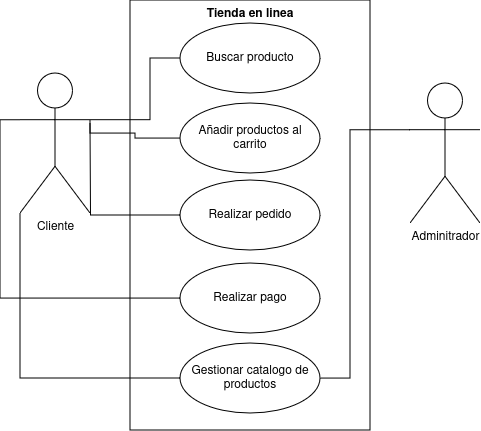
Before: Diagrama sin título.drawio.png, a diagram exported from draw.io (alvarogrlp/clasificador-imagenes). Source tidied: cells renumbered, new cells last; positions are measured from the earlier drawing's top-left corner, leaving out a move shared by most shapes.
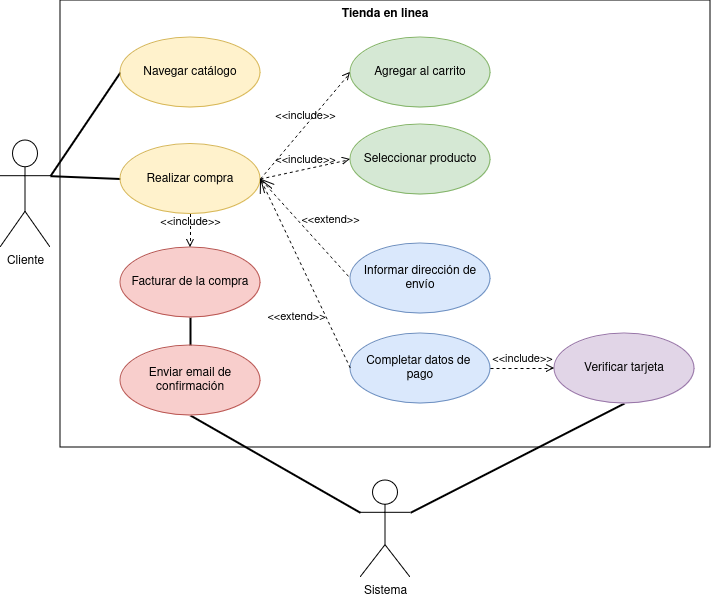
After the change.

Commit message:
examen-imagen

What changed in the source:
```diff
@@ -3,64 +3,75 @@
     <mxCell id="0" />
     <mxCell id="1" parent="0" />
     <mxCell id="2" value="Tienda en linea" style="shape=rect;html=1;verticalAlign=top;fontStyle=1;whiteSpace=wrap;align=center;" parent="1" vertex="1">
-      <mxGeometry x="110" width="240" height="430" as="geometry" />
+      <mxGeometry x="-180" y="-17" width="650" height="447" as="geometry" />
     </mxCell>
-    <mxCell id="3" style="edgeStyle=orthogonalEdgeStyle;rounded=0;jettySize=auto;html=1;exitX=1;exitY=0.3333333333333333;exitDx=0;exitDy=0;exitPerimeter=0;entryX=0;entryY=0.5;entryDx=0;entryDy=0;endArrow=none;endFill=0;" parent="1" edge="1" source="5" target="8">
-      <mxGeometry relative="1" as="geometry">
-        <Array as="points">
-          <mxPoint x="130" y="120" />
-          <mxPoint x="130" y="58" />
-        </Array>
-      </mxGeometry>
+    <mxCell id="3" style="rounded=0;jettySize=auto;html=1;exitX=1;exitY=0.3333333333333333;exitDx=0;exitDy=0;exitPerimeter=0;entryX=0;entryY=0.5;entryDx=0;entryDy=0;strokeWidth=2;endArrow=none;endFill=0;" parent="1" edge="1" source="5" target="8">
+      <mxGeometry relative="1" as="geometry" />
     </mxCell>
-    <mxCell id="4" style="edgeStyle=orthogonalEdgeStyle;rounded=0;jettySize=auto;html=1;exitX=1;exitY=0.3333333333333333;exitDx=0;exitDy=0;exitPerimeter=0;entryX=0;entryY=0.5;entryDx=0;entryDy=0;endArrow=none;endFill=0;" parent="1" edge="1" source="5" target="9">
-      <mxGeometry relative="1" as="geometry">
-        <Array as="points">
-          <mxPoint x="70" y="133" />
-          <mxPoint x="115" y="133" />
-          <mxPoint x="115" y="138" />
-        </Array>
-      </mxGeometry>
-    </mxCell>
+    <mxCell id="16" style="edgeStyle=none;rounded=0;jettySize=auto;html=1;exitX=1;exitY=0.3333333333333333;exitDx=0;exitDy=0;exitPerimeter=0;entryX=0;entryY=0.5;entryDx=0;entryDy=0;strokeWidth=2;endArrow=none;endFill=0;" parent="1" edge="1" source="5" target="12">
+      <mxGeometry relative="1" as="geometry" />
+    </mxCell>
     <mxCell id="5" value="Cliente" style="shape=umlActor;verticalLabelPosition=bottom;verticalAlign=top;html=1;outlineConnect=0;" parent="1" vertex="1">
-      <mxGeometry y="73" width="70" height="140" as="geometry" />
+      <mxGeometry x="-240" y="123" width="50" height="107" as="geometry" />
     </mxCell>
-    <mxCell id="6" style="edgeStyle=orthogonalEdgeStyle;rounded=0;jettySize=auto;html=1;exitX=0;exitY=0.3333333333333333;exitDx=0;exitDy=0;exitPerimeter=0;entryX=1;entryY=0.5;entryDx=0;entryDy=0;endArrow=none;endFill=0;" parent="1" edge="1" source="7" target="13">
-      <mxGeometry relative="1" as="geometry">
-        <Array as="points">
-          <mxPoint x="330" y="130" />
-          <mxPoint x="330" y="378" />
-        </Array>
-      </mxGeometry>
-    </mxCell>
+    <mxCell id="17" style="edgeStyle=none;rounded=0;jettySize=auto;html=1;exitX=0;exitY=0.3333333333333333;exitDx=0;exitDy=0;exitPerimeter=0;entryX=0.5;entryY=1;entryDx=0;entryDy=0;strokeWidth=2;endArrow=none;endFill=0;" parent="1" edge="1" source="7" target="24">
+      <mxGeometry relative="1" as="geometry" />
+    </mxCell>
+    <mxCell id="18" style="edgeStyle=none;rounded=0;jettySize=auto;html=1;exitX=1;exitY=0.3333333333333333;exitDx=0;exitDy=0;exitPerimeter=0;entryX=0.5;entryY=1;entryDx=0;entryDy=0;strokeWidth=2;endArrow=none;endFill=0;" parent="1" edge="1" source="7" target="21">
+      <mxGeometry relative="1" as="geometry" />
+    </mxCell>
-    <mxCell id="7" value="Adminitrador" style="shape=umlActor;verticalLabelPosition=bottom;verticalAlign=top;html=1;outlineConnect=0;" parent="1" vertex="1">
-      <mxGeometry x="390" y="83" width="70" height="140" as="geometry" />
+    <mxCell id="7" value="Sistema" style="shape=umlActor;verticalLabelPosition=bottom;verticalAlign=top;html=1;outlineConnect=0;" parent="1" vertex="1">
+      <mxGeometry x="120" y="463" width="50" height="97" as="geometry" />
     </mxCell>
-    <mxCell id="8" value="Buscar producto" style="ellipse;whiteSpace=wrap;html=1;" parent="1" vertex="1">
-      <mxGeometry x="160" y="23" width="140" height="70" as="geometry" />
+    <mxCell id="8" value="Navegar catálogo" style="ellipse;whiteSpace=wrap;html=1;fillColor=#fff2cc;strokeColor=#d6b656;" parent="1" vertex="1">
+      <mxGeometry x="-120" y="20" width="140" height="70" as="geometry" />
     </mxCell>
-    <mxCell id="9" value="Añadir productos al carrito" style="ellipse;whiteSpace=wrap;html=1;" parent="1" vertex="1">
-      <mxGeometry x="160" y="103" width="140" height="70" as="geometry" />
+    <mxCell id="9" value="Seleccionar producto" style="ellipse;whiteSpace=wrap;html=1;fillColor=#d5e8d4;strokeColor=#82b366;" parent="1" vertex="1">
+      <mxGeometry x="110" y="107" width="140" height="70" as="geometry" />
     </mxCell>
-    <mxCell id="10" style="edgeStyle=orthogonalEdgeStyle;rounded=0;jettySize=auto;html=1;exitX=0;exitY=0.5;exitDx=0;exitDy=0;endArrow=none;endFill=0;" parent="1" edge="1" source="11">
-      <mxGeometry relative="1" as="geometry">
-        <mxPoint x="70" y="123" as="targetPoint" />
-      </mxGeometry>
-    </mxCell>
-    <mxCell id="11" value="Realizar pedido" style="ellipse;whiteSpace=wrap;html=1;" parent="1" vertex="1">
-      <mxGeometry x="160" y="180" width="140" height="70" as="geometry" />
+    <mxCell id="11" value="Agregar al carrito" style="ellipse;whiteSpace=wrap;html=1;fillColor=#d5e8d4;strokeColor=#82b366;" parent="1" vertex="1">
+      <mxGeometry x="110" y="20" width="140" height="70" as="geometry" />
     </mxCell>
-    <mxCell id="12" value="Realizar pago" style="ellipse;whiteSpace=wrap;html=1;" parent="1" vertex="1">
-      <mxGeometry x="160" y="263" width="140" height="70" as="geometry" />
+    <mxCell id="12" value="Realizar compra" style="ellipse;whiteSpace=wrap;html=1;fillColor=#fff2cc;strokeColor=#d6b656;" parent="1" vertex="1">
+      <mxGeometry x="-120" y="126.5" width="140" height="70" as="geometry" />
     </mxCell>
-    <mxCell id="13" value="Gestionar catalogo de productos" style="ellipse;whiteSpace=wrap;html=1;" parent="1" vertex="1">
-      <mxGeometry x="160" y="343" width="140" height="70" as="geometry" />
-    </mxCell>
-    <mxCell id="14" style="edgeStyle=orthogonalEdgeStyle;rounded=0;jettySize=auto;html=1;exitX=0;exitY=0.5;exitDx=0;exitDy=0;entryX=0;entryY=0.3333333333333333;entryDx=0;entryDy=0;entryPerimeter=0;endArrow=none;endFill=0;" parent="1" edge="1" source="12" target="5">
-      <mxGeometry relative="1" as="geometry" />
-    </mxCell>
-    <mxCell id="15" style="edgeStyle=orthogonalEdgeStyle;rounded=0;jettySize=auto;html=1;exitX=0;exitY=0.5;exitDx=0;exitDy=0;entryX=0;entryY=1;entryDx=0;entryDy=0;entryPerimeter=0;endArrow=none;endFill=0;" parent="1" edge="1" source="13" target="5">
-      <mxGeometry relative="1" as="geometry" />
-    </mxCell>
+    <mxCell id="19" value="Informar dirección de envío" style="ellipse;whiteSpace=wrap;html=1;fillColor=#dae8fc;strokeColor=#6c8ebf;" parent="1" vertex="1">
+      <mxGeometry x="110" y="226" width="140" height="70" as="geometry" />
+    </mxCell>
+    <mxCell id="20" value="&lt;div&gt;Completar datos de&amp;nbsp;&lt;/div&gt;&lt;div&gt;pago&lt;/div&gt;" style="ellipse;whiteSpace=wrap;html=1;fillColor=#dae8fc;strokeColor=#6c8ebf;" parent="1" vertex="1">
+      <mxGeometry x="110" y="316" width="140" height="70" as="geometry" />
+    </mxCell>
+    <mxCell id="21" value="Verificar tarjeta" style="ellipse;whiteSpace=wrap;html=1;fillColor=#e1d5e7;strokeColor=#9673a6;" parent="1" vertex="1">
+      <mxGeometry x="314" y="316" width="140" height="70" as="geometry" />
+    </mxCell>
+    <mxCell id="22" style="edgeStyle=none;rounded=0;jettySize=auto;html=1;exitX=0.5;exitY=1;exitDx=0;exitDy=0;entryX=0.5;entryY=0;entryDx=0;entryDy=0;strokeWidth=2;endArrow=none;endFill=0;" parent="1" edge="1" source="23" target="24">
+      <mxGeometry relative="1" as="geometry" />
+    </mxCell>
+    <mxCell id="23" value="Facturar de la compra" style="ellipse;whiteSpace=wrap;html=1;fillColor=#f8cecc;strokeColor=#b85450;" parent="1" vertex="1">
+      <mxGeometry x="-120" y="230" width="140" height="70" as="geometry" />
+    </mxCell>
+    <mxCell id="24" value="Enviar email de confirmación" style="ellipse;whiteSpace=wrap;html=1;fillColor=#f8cecc;strokeColor=#b85450;" parent="1" vertex="1">
+      <mxGeometry x="-120" y="328" width="140" height="70" as="geometry" />
+    </mxCell>
+    <mxCell id="25" value="&amp;lt;&amp;lt;include&amp;gt;&amp;gt;" style="edgeStyle=none;html=1;endArrow=open;verticalAlign=bottom;dashed=1;labelBackgroundColor=none;rounded=0;exitX=1;exitY=0.5;exitDx=0;exitDy=0;entryX=0;entryY=0.5;entryDx=0;entryDy=0;" parent="1" edge="1" source="12" target="11">
+      <mxGeometry relative="1" as="geometry" />
+    </mxCell>
+    <mxCell id="26" value="&amp;lt;&amp;lt;include&amp;gt;&amp;gt;" style="edgeStyle=none;html=1;endArrow=open;verticalAlign=bottom;dashed=1;labelBackgroundColor=none;rounded=0;exitX=1;exitY=0.5;exitDx=0;exitDy=0;entryX=0;entryY=0.5;entryDx=0;entryDy=0;" parent="1" edge="1" source="12" target="9">
+      <mxGeometry relative="1" as="geometry" />
+    </mxCell>
+    <mxCell id="27" value="&amp;lt;&amp;lt;extend&amp;gt;&amp;gt;" style="edgeStyle=none;html=1;startArrow=open;endArrow=none;startSize=12;verticalAlign=bottom;dashed=1;labelBackgroundColor=none;rounded=0;entryX=0;entryY=0.5;entryDx=0;entryDy=0;exitX=1;exitY=0.5;exitDx=0;exitDy=0;" parent="1" edge="1" source="12" target="19">
+      <mxGeometry x="0.25" y="18" relative="1" as="geometry" />
+    </mxCell>
+    <mxCell id="28" value="&amp;lt;&amp;lt;extend&amp;gt;&amp;gt;" style="edgeStyle=none;html=1;startArrow=open;endArrow=none;startSize=12;verticalAlign=bottom;dashed=1;labelBackgroundColor=none;rounded=0;entryX=0;entryY=0.5;entryDx=0;entryDy=0;exitX=1;exitY=0.5;exitDx=0;exitDy=0;" parent="1" edge="1" source="12" target="20">
+      <mxGeometry x="0.43" y="-30" relative="1" as="geometry">
+        <mxPoint x="-1" as="offset" />
+      </mxGeometry>
+    </mxCell>
+    <mxCell id="29" value="&amp;lt;&amp;lt;include&amp;gt;&amp;gt;" style="edgeStyle=none;html=1;endArrow=open;verticalAlign=bottom;dashed=1;labelBackgroundColor=none;rounded=0;exitX=1;exitY=0.5;exitDx=0;exitDy=0;entryX=0;entryY=0.5;entryDx=0;entryDy=0;" parent="1" edge="1" source="20" target="21">
+      <mxGeometry relative="1" as="geometry" />
+    </mxCell>
+    <mxCell id="30" value="&amp;lt;&amp;lt;include&amp;gt;&amp;gt;" style="edgeStyle=none;html=1;endArrow=open;verticalAlign=bottom;dashed=1;labelBackgroundColor=none;rounded=0;exitX=0.5;exitY=1;exitDx=0;exitDy=0;entryX=0.5;entryY=0;entryDx=0;entryDy=0;" parent="1" edge="1" source="12" target="23">
+      <mxGeometry relative="1" as="geometry" />
+    </mxCell>
   </root>
 </mxGraphModel>
```
